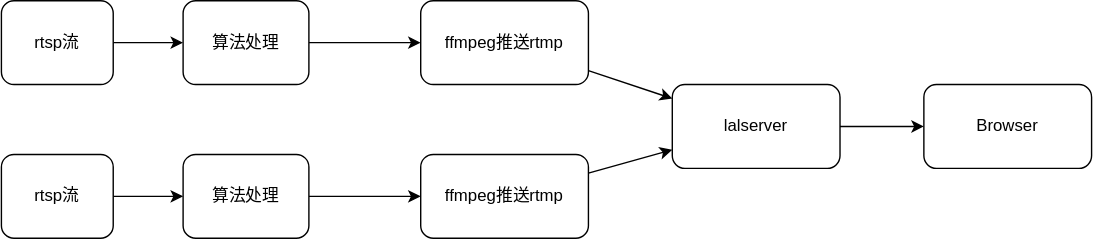
This is docs/images/engineering-design-drawing.svg from open-v2x/hippocampus, a draw.io export, as it was before one commit. Source tidied: cells renumbered, new cells last; positions are measured from the earlier drawing's top-left corner, leaving out a move shared by most shapes. Source of this version:
```xml
<mxGraphModel>
  <root>
    <mxCell id="0" />
    <mxCell id="1" parent="0" />
    <mxCell id="2" style="edgeStyle=none;html=1;" parent="1" edge="1" source="3" target="9">
      <mxGeometry relative="1" as="geometry" />
    </mxCell>
    <mxCell id="3" value="ffmpeg推送rtmp" style="rounded=1;whiteSpace=wrap;html=1;" parent="1" vertex="1">
      <mxGeometry x="300" width="120" height="60" as="geometry" />
    </mxCell>
    <mxCell id="4" style="edgeStyle=none;html=1;" parent="1" edge="1" source="5" target="7">
      <mxGeometry relative="1" as="geometry" />
    </mxCell>
    <mxCell id="5" value="rtsp流" style="rounded=1;whiteSpace=wrap;html=1;" parent="1" vertex="1">
      <mxGeometry width="80" height="60" as="geometry" />
    </mxCell>
    <mxCell id="6" style="edgeStyle=none;html=1;" parent="1" edge="1" source="7" target="3">
      <mxGeometry relative="1" as="geometry" />
    </mxCell>
    <mxCell id="7" value="算法处理" style="rounded=1;whiteSpace=wrap;html=1;" parent="1" vertex="1">
      <mxGeometry x="130" width="90" height="60" as="geometry" />
    </mxCell>
    <mxCell id="8" style="edgeStyle=none;html=1;" parent="1" edge="1" source="9" target="10">
      <mxGeometry relative="1" as="geometry" />
    </mxCell>
    <mxCell id="9" value="lalserver" style="rounded=1;whiteSpace=wrap;html=1;" parent="1" vertex="1">
      <mxGeometry x="480" y="60" width="120" height="60" as="geometry" />
    </mxCell>
    <mxCell id="10" value="Browser" style="rounded=1;whiteSpace=wrap;html=1;" parent="1" vertex="1">
      <mxGeometry x="660" y="60" width="120" height="60" as="geometry" />
    </mxCell>
    <mxCell id="11" style="edgeStyle=none;html=1;" parent="1" edge="1" source="12" target="14">
      <mxGeometry relative="1" as="geometry" />
    </mxCell>
    <mxCell id="12" value="rtsp流" style="rounded=1;whiteSpace=wrap;html=1;" parent="1" vertex="1">
      <mxGeometry y="110" width="80" height="60" as="geometry" />
    </mxCell>
    <mxCell id="13" style="edgeStyle=none;html=1;" parent="1" edge="1" source="14" target="16">
      <mxGeometry relative="1" as="geometry" />
    </mxCell>
    <mxCell id="14" value="算法处理" style="rounded=1;whiteSpace=wrap;html=1;" parent="1" vertex="1">
      <mxGeometry x="130" y="110" width="90" height="60" as="geometry" />
    </mxCell>
    <mxCell id="15" style="edgeStyle=none;html=1;" parent="1" edge="1" source="16" target="9">
      <mxGeometry relative="1" as="geometry" />
    </mxCell>
    <mxCell id="16" value="ffmpeg推送rtmp" style="rounded=1;whiteSpace=wrap;html=1;" parent="1" vertex="1">
      <mxGeometry x="300" y="110" width="120" height="60" as="geometry" />
    </mxCell>
  </root>
</mxGraphModel>
```
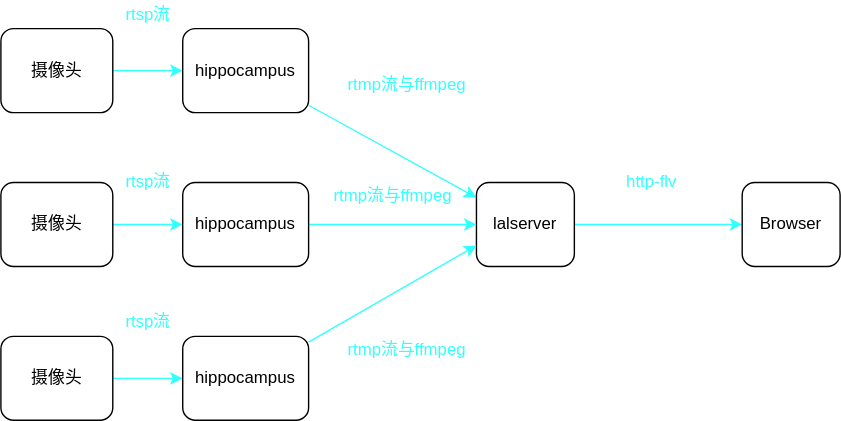
The same diagram one commit later.

What changed in the source:
```diff
@@ -2,50 +2,71 @@
   <root>
     <mxCell id="0" />
     <mxCell id="1" parent="0" />
-    <mxCell id="2" style="edgeStyle=none;html=1;" parent="1" edge="1" source="3" target="9">
-      <mxGeometry relative="1" as="geometry" />
-    </mxCell>
-    <mxCell id="3" value="ffmpeg推送rtmp" style="rounded=1;whiteSpace=wrap;html=1;" parent="1" vertex="1">
-      <mxGeometry x="300" width="120" height="60" as="geometry" />
-    </mxCell>
-    <mxCell id="4" style="edgeStyle=none;html=1;" parent="1" edge="1" source="5" target="7">
+    <mxCell id="4" style="edgeStyle=none;html=1;strokeColor=#33FFFF;" parent="1" edge="1" source="5" target="7">
       <mxGeometry relative="1" as="geometry" />
     </mxCell>
-    <mxCell id="5" value="rtsp流" style="rounded=1;whiteSpace=wrap;html=1;" parent="1" vertex="1">
+    <mxCell id="5" value="摄像头" style="rounded=1;whiteSpace=wrap;html=1;" parent="1" vertex="1">
       <mxGeometry width="80" height="60" as="geometry" />
     </mxCell>
-    <mxCell id="6" style="edgeStyle=none;html=1;" parent="1" edge="1" source="7" target="3">
-      <mxGeometry relative="1" as="geometry" />
-    </mxCell>
+    <mxCell id="17" style="edgeStyle=none;html=1;strokeColor=#33FFFF;" parent="1" edge="1" source="7" target="9">
+      <mxGeometry relative="1" as="geometry" />
+    </mxCell>
-    <mxCell id="7" value="算法处理" style="rounded=1;whiteSpace=wrap;html=1;" parent="1" vertex="1">
+    <mxCell id="7" value="hippocampus" style="rounded=1;whiteSpace=wrap;html=1;" parent="1" vertex="1">
       <mxGeometry x="130" width="90" height="60" as="geometry" />
     </mxCell>
-    <mxCell id="8" style="edgeStyle=none;html=1;" parent="1" edge="1" source="9" target="10">
+    <mxCell id="8" style="edgeStyle=none;html=1;strokeColor=#33FFFF;" parent="1" edge="1" source="9" target="10">
       <mxGeometry relative="1" as="geometry" />
     </mxCell>
     <mxCell id="9" value="lalserver" style="rounded=1;whiteSpace=wrap;html=1;" parent="1" vertex="1">
-      <mxGeometry x="480" y="60" width="120" height="60" as="geometry" />
+      <mxGeometry x="340" y="110" width="70" height="60" as="geometry" />
     </mxCell>
     <mxCell id="10" value="Browser" style="rounded=1;whiteSpace=wrap;html=1;" parent="1" vertex="1">
-      <mxGeometry x="660" y="60" width="120" height="60" as="geometry" />
+      <mxGeometry x="530" y="110" width="70" height="60" as="geometry" />
     </mxCell>
-    <mxCell id="11" style="edgeStyle=none;html=1;" parent="1" edge="1" source="12" target="14">
+    <mxCell id="11" style="edgeStyle=none;html=1;strokeColor=#33FFFF;" parent="1" edge="1" source="12" target="14">
       <mxGeometry relative="1" as="geometry" />
     </mxCell>
-    <mxCell id="12" value="rtsp流" style="rounded=1;whiteSpace=wrap;html=1;" parent="1" vertex="1">
+    <mxCell id="12" value="摄像头" style="rounded=1;whiteSpace=wrap;html=1;" parent="1" vertex="1">
       <mxGeometry y="110" width="80" height="60" as="geometry" />
     </mxCell>
-    <mxCell id="13" style="edgeStyle=none;html=1;" parent="1" edge="1" source="14" target="16">
-      <mxGeometry relative="1" as="geometry" />
-    </mxCell>
+    <mxCell id="18" style="edgeStyle=none;html=1;strokeColor=#33FFFF;" parent="1" edge="1" source="14" target="9">
+      <mxGeometry relative="1" as="geometry" />
+    </mxCell>
-    <mxCell id="14" value="算法处理" style="rounded=1;whiteSpace=wrap;html=1;" parent="1" vertex="1">
+    <mxCell id="14" value="hippocampus" style="rounded=1;whiteSpace=wrap;html=1;" parent="1" vertex="1">
       <mxGeometry x="130" y="110" width="90" height="60" as="geometry" />
     </mxCell>
-    <mxCell id="15" style="edgeStyle=none;html=1;" parent="1" edge="1" source="16" target="9">
-      <mxGeometry relative="1" as="geometry" />
-    </mxCell>
-    <mxCell id="16" value="ffmpeg推送rtmp" style="rounded=1;whiteSpace=wrap;html=1;" parent="1" vertex="1">
-      <mxGeometry x="300" y="110" width="120" height="60" as="geometry" />
-    </mxCell>
+    <mxCell id="19" value="&lt;font color=&quot;#33ffff&quot;&gt;rtsp流&lt;/font&gt;" style="text;html=1;align=center;verticalAlign=middle;strokeColor=none;fillColor=none;" parent="1" vertex="1">
+      <mxGeometry x="80" y="-20" width="50" height="20" as="geometry" />
+    </mxCell>
+    <mxCell id="20" value="&lt;font color=&quot;#33ffff&quot;&gt;rtsp流&lt;/font&gt;" style="text;html=1;align=center;verticalAlign=middle;strokeColor=none;fillColor=none;" parent="1" vertex="1">
+      <mxGeometry x="80" y="200" width="50" height="20" as="geometry" />
+    </mxCell>
+    <mxCell id="21" style="edgeStyle=none;html=1;fontColor=#33FFFF;strokeColor=#33FFFF;" parent="1" edge="1" source="22" target="24">
+      <mxGeometry relative="1" as="geometry" />
+    </mxCell>
+    <mxCell id="22" value="摄像头" style="rounded=1;whiteSpace=wrap;html=1;" parent="1" vertex="1">
+      <mxGeometry y="220" width="80" height="60" as="geometry" />
+    </mxCell>
+    <mxCell id="23" style="edgeStyle=none;html=1;entryX=0;entryY=0.75;entryDx=0;entryDy=0;fontColor=#33FFFF;strokeColor=#33FFFF;" parent="1" edge="1" source="24" target="9">
+      <mxGeometry relative="1" as="geometry" />
+    </mxCell>
+    <mxCell id="24" value="hippocampus" style="rounded=1;whiteSpace=wrap;html=1;" parent="1" vertex="1">
+      <mxGeometry x="130" y="220" width="90" height="60" as="geometry" />
+    </mxCell>
+    <mxCell id="25" value="&lt;font color=&quot;#33ffff&quot;&gt;rtsp流&lt;/font&gt;" style="text;html=1;align=center;verticalAlign=middle;strokeColor=none;fillColor=none;" parent="1" vertex="1">
+      <mxGeometry x="80" y="100" width="50" height="20" as="geometry" />
+    </mxCell>
+    <mxCell id="26" value="rtmp流与ffmpeg" style="text;html=1;align=center;verticalAlign=middle;strokeColor=none;fillColor=none;fontColor=#33FFFF;" parent="1" vertex="1">
+      <mxGeometry x="240" y="30" width="100" height="20" as="geometry" />
+    </mxCell>
+    <mxCell id="27" value="rtmp流与ffmpeg" style="text;html=1;align=center;verticalAlign=middle;strokeColor=none;fillColor=none;fontColor=#33FFFF;" parent="1" vertex="1">
+      <mxGeometry x="230" y="110" width="100" height="20" as="geometry" />
+    </mxCell>
+    <mxCell id="28" value="http-flv" style="text;html=1;align=center;verticalAlign=middle;strokeColor=none;fillColor=none;fontColor=#33FFFF;" parent="1" vertex="1">
+      <mxGeometry x="440" y="100" width="50" height="20" as="geometry" />
+    </mxCell>
+    <mxCell id="29" value="rtmp流与ffmpeg" style="text;html=1;align=center;verticalAlign=middle;strokeColor=none;fillColor=none;fontColor=#33FFFF;" parent="1" vertex="1">
+      <mxGeometry x="240" y="220" width="100" height="20" as="geometry" />
+    </mxCell>
   </root>
 </mxGraphModel>
```
